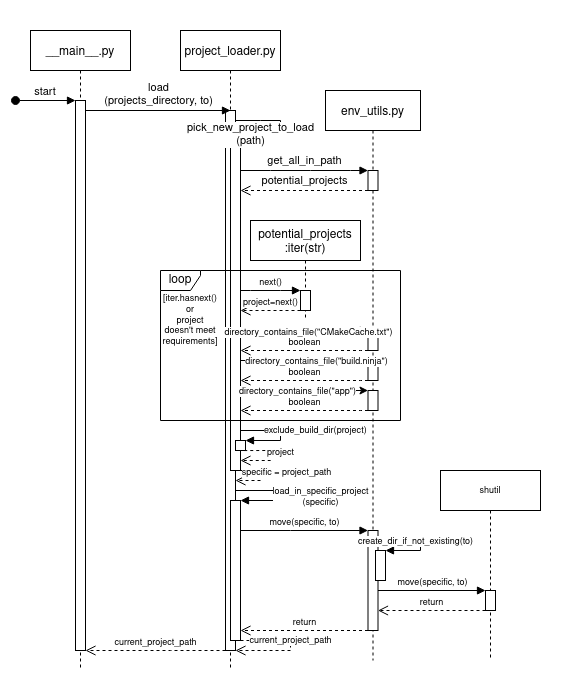
Earlier version of the draw.io export project_loader.drawio.png (But-Better/FlashOutsider). Source tidied: cells renumbered, new cells last; positions are measured from the earlier drawing's top-left corner, leaving out a move shared by most shapes.
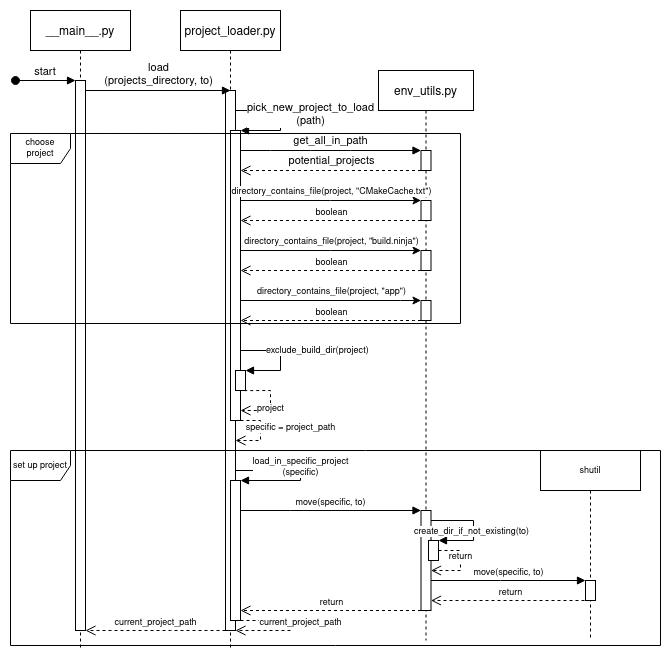
After the commit.

Commit message:
add for now finishing touches to Documentation

The edit, as a diff of the source:
```diff
@@ -20,63 +20,67 @@
       <mxGeometry x="45" y="80" width="10" height="540" as="geometry" />
     </mxCell>
     <mxCell id="7" style="html=1;points=[];perimeter=orthogonalPerimeter;" parent="5" vertex="1">
-      <mxGeometry x="50" y="100" width="10" height="340" as="geometry" />
+      <mxGeometry x="50" y="120" width="10" height="290" as="geometry" />
     </mxCell>
     <mxCell id="8" value="&lt;div&gt;pick_new_project_to_load&lt;/div&gt;&lt;div&gt;(path)&lt;/div&gt;" style="html=1;verticalAlign=bottom;endArrow=block;rounded=0;" parent="5" edge="1" source="6" target="7">
-      <mxGeometry x="0.79" y="20" relative="1" as="geometry">
+      <mxGeometry x="0.24" y="-30" relative="1" as="geometry">
         <Array as="points">
-          <mxPoint x="80" y="90" />
-          <mxPoint x="100" y="90" />
+          <mxPoint x="80" y="100" />
           <mxPoint x="100" y="100" />
+          <mxPoint x="100" y="120" />
         </Array>
+        <mxPoint x="30" y="30" as="offset" />
       </mxGeometry>
     </mxCell>
     <mxCell id="9" value="specific = project_path" style="html=1;verticalAlign=bottom;endArrow=open;dashed=1;endSize=8;rounded=0;fontSize=9;" parent="5" edge="1" source="7" target="6">
-      <mxGeometry x="0.23" y="-30" relative="1" as="geometry">
+      <mxGeometry x="0.07" y="30" relative="1" as="geometry">
         <Array as="points">
-          <mxPoint x="70" y="440" />
-          <mxPoint x="80" y="440" />
-          <mxPoint x="80" y="450" />
+          <mxPoint x="80" y="410" />
+          <mxPoint x="80" y="430" />
         </Array>
-        <mxPoint x="30" y="30" as="offset" />
       </mxGeometry>
     </mxCell>
     <mxCell id="10" style="html=1;points=[];perimeter=orthogonalPerimeter;fontSize=9;" parent="5" vertex="1">
       <mxGeometry x="50" y="470" width="10" height="140" as="geometry" />
     </mxCell>
-    <mxCell id="11" value="&lt;div&gt;load_in_specific_project&lt;/div&gt;(specific)" style="html=1;verticalAlign=bottom;endArrow=block;rounded=0;fontSize=9;" parent="5" edge="1" source="6" target="10">
-      <mxGeometry x="0.11" y="22" relative="1" as="geometry">
+    <mxCell id="11" value="&lt;div&gt;load_in_specific_project&lt;/div&gt;(specific)" style="html=1;verticalAlign=bottom;endArrow=block;rounded=0;fontSize=9;" parent="5" edge="1">
+      <mxGeometry x="0.11" relative="1" as="geometry">
+        <mxPoint x="55" y="460" as="sourcePoint" />
+        <mxPoint x="60" y="470" as="targetPoint" />
         <Array as="points">
           <mxPoint x="120" y="460" />
           <mxPoint x="120" y="470" />
         </Array>
-        <mxPoint x="20" y="-12" as="offset" />
       </mxGeometry>
     </mxCell>
-    <mxCell id="12" value="current_project_path" style="html=1;verticalAlign=bottom;endArrow=open;dashed=1;endSize=8;rounded=0;fontSize=9;" parent="5" edge="1" source="10" target="6">
-      <mxGeometry relative="1" as="geometry">
+    <mxCell id="12" value="current_project_path" style="html=1;verticalAlign=bottom;endArrow=open;dashed=1;endSize=8;rounded=0;fontSize=9;" parent="5" edge="1">
+      <mxGeometry x="0.04" y="-10" relative="1" as="geometry">
+        <mxPoint x="60" y="610" as="sourcePoint" />
+        <mxPoint x="55" y="620" as="targetPoint" />
         <Array as="points">
           <mxPoint x="110" y="610" />
           <mxPoint x="110" y="620" />
         </Array>
+        <mxPoint x="10" y="10" as="offset" />
       </mxGeometry>
     </mxCell>
     <mxCell id="13" style="html=1;points=[];perimeter=orthogonalPerimeter;fontSize=9;fillColor=default;" parent="5" vertex="1">
-      <mxGeometry x="55" y="410" width="10" height="10" as="geometry" />
+      <mxGeometry x="55" y="360" width="10" height="20" as="geometry" />
     </mxCell>
     <mxCell id="14" value="exclude_build_dir(project)" style="edgeStyle=orthogonalEdgeStyle;html=1;align=left;spacingLeft=2;endArrow=block;rounded=0;fontSize=9;" parent="5" edge="1" source="7" target="13">
       <mxGeometry x="-0.53" relative="1" as="geometry">
         <Array as="points">
-          <mxPoint x="100" y="400" />
-          <mxPoint x="100" y="410" />
+          <mxPoint x="100" y="340" />
+          <mxPoint x="100" y="360" />
+          <mxPoint x="60" y="360" />
         </Array>
       </mxGeometry>
     </mxCell>
     <mxCell id="15" value="project" style="html=1;verticalAlign=bottom;endArrow=open;dashed=1;endSize=8;rounded=0;fontSize=9;exitX=0.874;exitY=1.006;exitDx=0;exitDy=0;exitPerimeter=0;" parent="5" edge="1" source="13" target="7">
       <mxGeometry x="0.09" y="-10" relative="1" as="geometry">
         <Array as="points">
-          <mxPoint x="90" y="420" />
-          <mxPoint x="90" y="430" />
+          <mxPoint x="90" y="380" />
+          <mxPoint x="90" y="400" />
         </Array>
         <mxPoint x="10" y="10" as="offset" />
       </mxGeometry>
@@ -87,71 +91,31 @@
       </mxGeometry>
     </mxCell>
     <mxCell id="17" value="env_utils.py" style="shape=umlLifeline;perimeter=lifelinePerimeter;rounded=0;shadow=0;strokeWidth=1;" parent="1" vertex="1">
-      <mxGeometry x="325" y="90" width="95" height="570" as="geometry" />
+      <mxGeometry x="378" y="90" width="95" height="570" as="geometry" />
     </mxCell>
     <mxCell id="18" style="points=[];perimeter=orthogonalPerimeter;rounded=0;shadow=0;strokeWidth=1;" parent="17" vertex="1">
       <mxGeometry x="42.5" y="80" width="10" height="20" as="geometry" />
     </mxCell>
     <mxCell id="19" style="points=[];perimeter=orthogonalPerimeter;rounded=0;shadow=0;strokeWidth=1;" parent="17" vertex="1">
-      <mxGeometry x="42.5" y="240" width="10" height="20" as="geometry" />
+      <mxGeometry x="42.5" y="130" width="10" height="20" as="geometry" />
     </mxCell>
     <mxCell id="20" style="points=[];perimeter=orthogonalPerimeter;rounded=0;shadow=0;strokeWidth=1;" parent="17" vertex="1">
-      <mxGeometry x="42.5" y="270" width="10" height="20" as="geometry" />
+      <mxGeometry x="42.5" y="180" width="10" height="20" as="geometry" />
     </mxCell>
-    <mxCell id="21" style="edgeStyle=orthogonalEdgeStyle;rounded=0;jettySize=auto;html=1;fontSize=9;" parent="17" edge="1" target="20">
-      <mxGeometry relative="1" as="geometry">
-        <mxPoint x="-85" y="270" as="sourcePoint" />
-        <Array as="points">
-          <mxPoint x="-55" y="270" />
-          <mxPoint x="-55" y="270" />
-        </Array>
-      </mxGeometry>
-    </mxCell>
-    <mxCell id="22" value="directory_contains_file(&quot;build.ninja&quot;)" style="edgeLabel;html=1;align=center;verticalAlign=middle;fontSize=9;" parent="21" vertex="1">
-      <mxGeometry x="0.18" relative="1" as="geometry" />
-    </mxCell>
-    <mxCell id="23" value="boolean" style="html=1;verticalAlign=bottom;endArrow=open;dashed=1;endSize=8;rounded=0;fontSize=9;" parent="17" edge="1" source="20">
-      <mxGeometry relative="1" as="geometry">
-        <mxPoint x="-85" y="290" as="targetPoint" />
-        <Array as="points">
-          <mxPoint x="35" y="290" />
-        </Array>
-      </mxGeometry>
-    </mxCell>
     <mxCell id="24" style="points=[];perimeter=orthogonalPerimeter;rounded=0;shadow=0;strokeWidth=1;" parent="17" vertex="1">
-      <mxGeometry x="42.5" y="300" width="10" height="20" as="geometry" />
+      <mxGeometry x="42.5" y="230" width="10" height="20" as="geometry" />
     </mxCell>
-    <mxCell id="25" style="edgeStyle=orthogonalEdgeStyle;rounded=0;jettySize=auto;html=1;fontSize=9;" parent="17" edge="1" target="24">
-      <mxGeometry relative="1" as="geometry">
-        <mxPoint x="-85" y="300" as="sourcePoint" />
-        <Array as="points">
-          <mxPoint x="-55" y="300" />
-          <mxPoint x="-55" y="300" />
-        </Array>
-      </mxGeometry>
-    </mxCell>
-    <mxCell id="26" value="directory_contains_file(&quot;app&quot;)" style="edgeLabel;html=1;align=center;verticalAlign=middle;fontSize=9;" parent="25" vertex="1">
-      <mxGeometry x="-0.12" relative="1" as="geometry" />
-    </mxCell>
-    <mxCell id="27" value="boolean" style="html=1;verticalAlign=bottom;endArrow=open;dashed=1;endSize=8;rounded=0;fontSize=9;" parent="17" edge="1" source="24">
-      <mxGeometry relative="1" as="geometry">
-        <mxPoint x="-85" y="320" as="targetPoint" />
-        <Array as="points">
-          <mxPoint x="35" y="320" />
-        </Array>
-      </mxGeometry>
-    </mxCell>
     <mxCell id="28" style="html=1;points=[];perimeter=orthogonalPerimeter;fontSize=9;" parent="17" vertex="1">
       <mxGeometry x="42.5" y="440" width="10" height="100" as="geometry" />
     </mxCell>
     <mxCell id="29" style="html=1;points=[];perimeter=orthogonalPerimeter;fontSize=9;" parent="17" vertex="1">
-      <mxGeometry x="50" y="460" width="10" height="30" as="geometry" />
+      <mxGeometry x="50" y="470" width="10" height="20" as="geometry" />
     </mxCell>
     <mxCell id="30" style="html=1;verticalAlign=bottom;endArrow=block;rounded=0;fontSize=9;" parent="17" edge="1" source="28" target="29">
       <mxGeometry relative="1" as="geometry">
         <Array as="points">
           <mxPoint x="95" y="450" />
-          <mxPoint x="95" y="460" />
+          <mxPoint x="95" y="470" />
         </Array>
       </mxGeometry>
     </mxCell>
@@ -160,6 +124,14 @@
         <mxPoint y="-11" as="offset" />
       </mxGeometry>
     </mxCell>
+    <mxCell id="51" value="return" style="html=1;verticalAlign=bottom;endArrow=open;dashed=1;endSize=8;rounded=0;fontSize=9;" parent="17" edge="1" source="29" target="28">
+      <mxGeometry relative="1" as="geometry">
+        <Array as="points">
+          <mxPoint x="82" y="480" />
+          <mxPoint x="82" y="500" />
+        </Array>
+      </mxGeometry>
+    </mxCell>
     <mxCell id="32" value="get_all_in_path" style="html=1;verticalAlign=bottom;endArrow=block;rounded=0;" parent="1" edge="1" source="7" target="18">
       <mxGeometry relative="1" as="geometry">
         <Array as="points">
@@ -176,47 +148,26 @@
         </Array>
       </mxGeometry>
     </mxCell>
-    <mxCell id="34" value="potential_projects&#10;:iter(str)" style="shape=umlLifeline;perimeter=lifelinePerimeter;rounded=0;shadow=0;strokeWidth=1;" parent="1" vertex="1">
-      <mxGeometry x="250" y="220" width="110" height="100" as="geometry" />
-    </mxCell>
-    <mxCell id="35" style="points=[];perimeter=orthogonalPerimeter;rounded=0;shadow=0;strokeWidth=1;" parent="34" vertex="1">
-      <mxGeometry x="50" y="70" width="10" height="20" as="geometry" />
-    </mxCell>
-    <mxCell id="36" value="&lt;font style=&quot;font-size: 12px&quot;&gt;loop&lt;/font&gt;" style="shape=umlFrame;whiteSpace=wrap;html=1;width=40;height=20;" parent="1" vertex="1">
-      <mxGeometry x="160" y="270" width="240" height="150" as="geometry" />
-    </mxCell>
-    <mxCell id="37" value="project=next()" style="html=1;verticalAlign=bottom;endArrow=open;dashed=1;endSize=8;rounded=0;fontSize=9;exitX=0;exitY=1;exitDx=0;exitDy=0;exitPerimeter=0;" parent="1" edge="1" source="35" target="7">
-      <mxGeometry relative="1" as="geometry" />
-    </mxCell>
-    <mxCell id="38" value="next()" style="html=1;verticalAlign=bottom;endArrow=block;rounded=0;fontSize=9;" parent="1" edge="1" source="7" target="35">
-      <mxGeometry relative="1" as="geometry">
-        <Array as="points">
-          <mxPoint x="250" y="290" />
-          <mxPoint x="280" y="290" />
-        </Array>
-      </mxGeometry>
-    </mxCell>
     <mxCell id="39" style="edgeStyle=orthogonalEdgeStyle;rounded=0;jettySize=auto;html=1;fontSize=9;" parent="1" edge="1" source="7" target="19">
       <mxGeometry relative="1" as="geometry">
         <Array as="points">
-          <mxPoint x="270" y="330" />
-          <mxPoint x="270" y="330" />
+          <mxPoint x="330" y="220" />
+          <mxPoint x="330" y="220" />
         </Array>
       </mxGeometry>
     </mxCell>
-    <mxCell id="40" value="directory_contains_file(&quot;CMakeCache.txt&quot;)" style="edgeLabel;html=1;align=center;verticalAlign=middle;fontSize=9;" parent="39" vertex="1">
-      <mxGeometry x="0.05" y="-1" relative="1" as="geometry" />
+    <mxCell id="40" value="directory_contains_file(project, &quot;CMakeCache.txt&quot;)" style="edgeLabel;html=1;align=center;verticalAlign=middle;fontSize=9;" parent="39" vertex="1">
+      <mxGeometry x="0.05" y="-1" relative="1" as="geometry">
+        <mxPoint x="-5" y="-11" as="offset" />
+      </mxGeometry>
     </mxCell>
     <mxCell id="41" value="boolean" style="html=1;verticalAlign=bottom;endArrow=open;dashed=1;endSize=8;rounded=0;fontSize=9;" parent="1" edge="1" source="19" target="7">
       <mxGeometry relative="1" as="geometry">
         <Array as="points">
-          <mxPoint x="360" y="350" />
+          <mxPoint x="350" y="240" />
         </Array>
       </mxGeometry>
     </mxCell>
-    <mxCell id="42" value="&lt;div&gt;[iter.hasnext()&lt;/div&gt;&lt;div&gt;or&lt;/div&gt;&lt;div&gt;project doesn't meet requirements]&lt;/div&gt;" style="text;html=1;strokeColor=none;fillColor=none;align=center;verticalAlign=middle;whiteSpace=wrap;rounded=0;fontSize=9;" parent="1" vertex="1">
-      <mxGeometry x="160" y="290" width="60" height="60" as="geometry" />
-    </mxCell>
     <mxCell id="43" value="move(specific, to)" style="html=1;verticalAlign=bottom;endArrow=block;rounded=0;fontSize=9;" parent="1" edge="1" source="10" target="28">
       <mxGeometry relative="1" as="geometry">
         <Array as="points">
@@ -225,18 +176,22 @@
       </mxGeometry>
     </mxCell>
     <mxCell id="44" value="shutil" style="shape=umlLifeline;perimeter=lifelinePerimeter;whiteSpace=wrap;html=1;fontSize=9;" parent="1" vertex="1">
-      <mxGeometry x="440" y="470" width="100" height="190" as="geometry" />
+      <mxGeometry x="540" y="470" width="100" height="190" as="geometry" />
     </mxCell>
     <mxCell id="45" style="html=1;points=[];perimeter=orthogonalPerimeter;fontSize=9;" parent="44" vertex="1">
-      <mxGeometry x="45" y="120" width="10" height="20" as="geometry" />
+      <mxGeometry x="45" y="130" width="10" height="20" as="geometry" />
     </mxCell>
     <mxCell id="46" value="move(specific, to)" style="html=1;verticalAlign=bottom;endArrow=block;rounded=0;fontSize=9;" parent="1" edge="1" source="28" target="45">
-      <mxGeometry relative="1" as="geometry" />
+      <mxGeometry relative="1" as="geometry">
+        <Array as="points">
+          <mxPoint x="500" y="600" />
+        </Array>
+      </mxGeometry>
     </mxCell>
     <mxCell id="47" value="return" style="html=1;verticalAlign=bottom;endArrow=open;dashed=1;endSize=8;rounded=0;fontSize=9;" parent="1" edge="1" source="45" target="28">
       <mxGeometry relative="1" as="geometry">
         <Array as="points">
-          <mxPoint x="480" y="610" />
+          <mxPoint x="590" y="620" />
         </Array>
       </mxGeometry>
     </mxCell>
@@ -254,8 +209,55 @@
         </Array>
       </mxGeometry>
     </mxCell>
-    <mxCell id="50" style="rounded=0;whiteSpace=wrap;html=1;fontSize=9;fillColor=none;strokeColor=none;" parent="1" vertex="1">
-      <mxGeometry width="560" height="680" as="geometry" />
-    </mxCell>
+    <mxCell id="23" value="boolean" style="html=1;verticalAlign=bottom;endArrow=open;dashed=1;endSize=8;rounded=0;fontSize=9;" parent="1" edge="1" source="20" target="7">
+      <mxGeometry relative="1" as="geometry">
+        <Array as="points">
+          <mxPoint x="330" y="290" />
+        </Array>
+      </mxGeometry>
+    </mxCell>
+    <mxCell id="27" value="boolean" style="html=1;verticalAlign=bottom;endArrow=open;dashed=1;endSize=8;rounded=0;fontSize=9;" parent="1" edge="1" source="24" target="7">
+      <mxGeometry relative="1" as="geometry">
+        <Array as="points">
+          <mxPoint x="413" y="340" />
+          <mxPoint x="400" y="340" />
+        </Array>
+      </mxGeometry>
+    </mxCell>
+    <mxCell id="25" style="edgeStyle=orthogonalEdgeStyle;rounded=0;jettySize=auto;html=1;fontSize=9;" parent="1" edge="1" source="7" target="24">
+      <mxGeometry relative="1" as="geometry">
+        <Array as="points">
+          <mxPoint x="400" y="320" />
+          <mxPoint x="400" y="320" />
+        </Array>
+      </mxGeometry>
+    </mxCell>
+    <mxCell id="26" value="directory_contains_file(project, &quot;app&quot;)" style="edgeLabel;html=1;align=center;verticalAlign=middle;fontSize=9;" parent="25" vertex="1">
+      <mxGeometry x="-0.12" relative="1" as="geometry">
+        <mxPoint x="11" y="-10" as="offset" />
+      </mxGeometry>
+    </mxCell>
+    <mxCell id="21" style="edgeStyle=orthogonalEdgeStyle;rounded=0;jettySize=auto;html=1;fontSize=9;" parent="1" edge="1" source="7" target="20">
+      <mxGeometry relative="1" as="geometry">
+        <Array as="points">
+          <mxPoint x="330" y="270" />
+          <mxPoint x="330" y="270" />
+        </Array>
+      </mxGeometry>
+    </mxCell>
+    <mxCell id="22" value="directory_contains_file(project, &quot;build.ninja&quot;)" style="edgeLabel;html=1;align=center;verticalAlign=middle;fontSize=9;" parent="21" vertex="1">
+      <mxGeometry x="0.18" relative="1" as="geometry">
+        <mxPoint x="-17" y="-10" as="offset" />
+      </mxGeometry>
+    </mxCell>
+    <mxCell id="52" value="choose project" style="shape=umlFrame;whiteSpace=wrap;html=1;fontSize=9;fillColor=none;" parent="1" vertex="1">
+      <mxGeometry x="10" y="153" width="450" height="190" as="geometry" />
+    </mxCell>
+    <mxCell id="53" value="set up project" style="shape=umlFrame;whiteSpace=wrap;html=1;fontSize=9;fillColor=none;" parent="1" vertex="1">
+      <mxGeometry x="10" y="470" width="650" height="195" as="geometry" />
+    </mxCell>
+    <mxCell id="54" style="rounded=0;whiteSpace=wrap;html=1;fontSize=9;fillColor=none;strokeColor=none;" parent="1" vertex="1">
+      <mxGeometry y="20" width="670" height="650" as="geometry" />
+    </mxCell>
   </root>
 </mxGraphModel>
```
